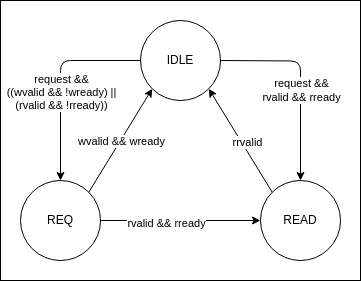
Earlier version of the draw.io export doc/assets/state_machine.drawio.png (feipenghhq/Altera-VJTAG-Host). Source tidied: cells renumbered, new cells last; positions are measured from the earlier drawing's top-left corner, leaving out a move shared by most shapes.
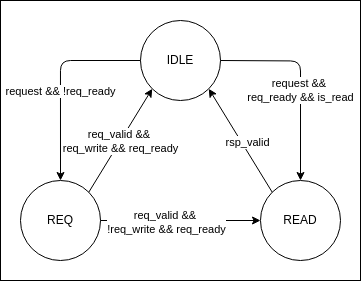
Later version of the same file.

Change to the diagram source:
```diff
@@ -17,7 +17,7 @@
     <mxCell id="6" style="endArrow=classic;html=1;entryX=0.5;entryY=0;entryDx=0;entryDy=0;exitX=0;exitY=0.5;exitDx=0;exitDy=0;edgeStyle=orthogonalEdgeStyle;" parent="1" edge="1" source="3" target="4">
       <mxGeometry relative="1" as="geometry" />
     </mxCell>
-    <mxCell id="7" value="request &amp;amp;&amp;amp;&lt;div&gt;((wvalid &amp;amp;&amp;amp; !wready) ||&lt;/div&gt;&lt;div&gt;(rvalid &amp;amp;&amp;amp; !rready))&lt;/div&gt;" style="edgeLabel;html=1;align=center;verticalAlign=middle;" parent="6" vertex="1">
+    <mxCell id="7" value="request &amp;amp;&amp;amp; !req_ready" style="edgeLabel;html=1;align=center;verticalAlign=middle;" parent="6" vertex="1">
       <mxGeometry x="0.07" y="-2" relative="1" as="geometry">
         <mxPoint x="2" y="4" as="offset" />
       </mxGeometry>
@@ -27,7 +27,7 @@
         <mxPoint x="220" y="60" as="sourcePoint" />
       </mxGeometry>
     </mxCell>
-    <mxCell id="9" value="&lt;span style=&quot;color: rgb(0, 0, 0);&quot;&gt;request &amp;amp;&amp;amp;&lt;/span&gt;&lt;div&gt;&lt;span style=&quot;background-color: light-dark(#ffffff, var(--ge-dark-color, #121212));&quot;&gt;rvalid &amp;amp;&amp;amp; rready&lt;/span&gt;&lt;/div&gt;" style="edgeLabel;html=1;align=center;verticalAlign=middle;" parent="8" vertex="1">
+    <mxCell id="9" value="&lt;span style=&quot;color: rgb(0, 0, 0);&quot;&gt;request &amp;amp;&amp;amp;&amp;nbsp;&lt;/span&gt;&lt;div&gt;&lt;span style=&quot;color: rgb(0, 0, 0);&quot;&gt;req_ready &amp;amp;&amp;amp; is_read&lt;/span&gt;&lt;/div&gt;" style="edgeLabel;html=1;align=center;verticalAlign=middle;" parent="8" vertex="1">
       <mxGeometry x="-0.15" y="2" relative="1" as="geometry">
         <mxPoint x="-2" y="24" as="offset" />
       </mxGeometry>
@@ -37,13 +37,13 @@
         <mxPoint x="100" y="220" as="sourcePoint" />
       </mxGeometry>
     </mxCell>
-    <mxCell id="11" value="rvalid &amp;amp;&amp;amp; rready" style="edgeLabel;html=1;align=center;verticalAlign=middle;" parent="10" vertex="1">
+    <mxCell id="11" value="&lt;span style=&quot;color: rgb(0, 0, 0);&quot;&gt;req_valid &amp;amp;&amp;amp;&amp;nbsp;&lt;/span&gt;&lt;div&gt;!req_write &amp;amp;&amp;amp; req_ready&lt;/div&gt;" style="edgeLabel;html=1;align=center;verticalAlign=middle;" parent="10" vertex="1">
       <mxGeometry x="-0.18" y="-2" relative="1" as="geometry" />
     </mxCell>
     <mxCell id="12" style="endArrow=classic;html=1;entryX=0;entryY=1;entryDx=0;entryDy=0;exitX=1;exitY=0;exitDx=0;exitDy=0;" parent="1" edge="1" source="4" target="3">
       <mxGeometry relative="1" as="geometry" />
     </mxCell>
-    <mxCell id="13" value="wvalid &amp;amp;&amp;amp; wready" style="edgeLabel;html=1;align=center;verticalAlign=middle;" parent="12" vertex="1">
+    <mxCell id="13" value="req_valid &amp;amp;&amp;amp;&amp;nbsp;&lt;div&gt;req_write &amp;amp;&amp;amp; req_ready&lt;/div&gt;" style="edgeLabel;html=1;align=center;verticalAlign=middle;" parent="12" vertex="1">
       <mxGeometry x="-0.1" y="1" relative="1" as="geometry">
         <mxPoint x="4" y="-4" as="offset" />
       </mxGeometry>
@@ -51,7 +51,7 @@
     <mxCell id="14" style="endArrow=classic;html=1;entryX=1;entryY=1;entryDx=0;entryDy=0;exitX=0;exitY=0;exitDx=0;exitDy=0;" parent="1" edge="1" source="5" target="3">
       <mxGeometry relative="1" as="geometry" />
     </mxCell>
-    <mxCell id="15" value="rrvalid" style="edgeLabel;html=1;align=center;verticalAlign=middle;" parent="14" vertex="1">
+    <mxCell id="15" value="rsp_valid" style="edgeLabel;html=1;align=center;verticalAlign=middle;" parent="14" vertex="1">
       <mxGeometry x="-0.1" y="1" relative="1" as="geometry">
         <mxPoint x="4" y="-4" as="offset" />
       </mxGeometry>
```
